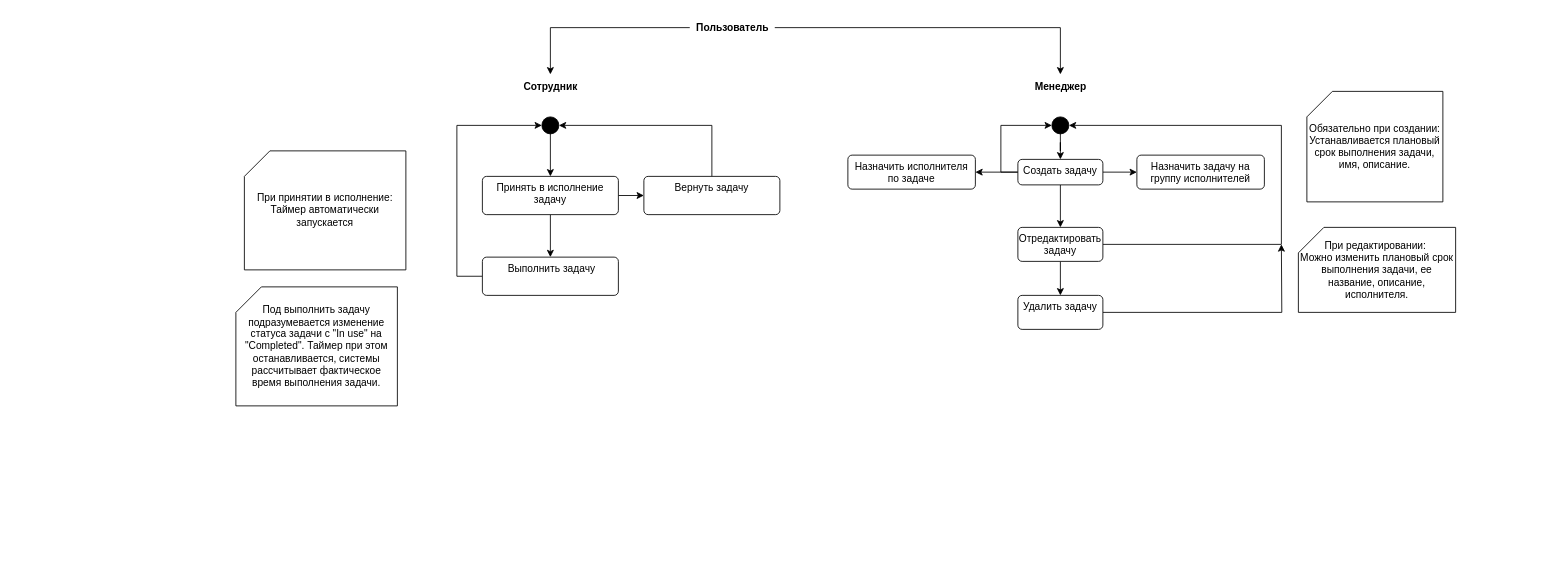
The draw.io diagram StateMachineDia.drawio in hard-gainer/diploma, before the edit. Source tidied: cells renumbered, new cells numbered last; positions are measured from the earlier drawing's top-left corner, leaving out a move shared by most shapes. Both pictures are drawn from the tidied source at 85%, with x=0, y=0 at pixel (235, 14).
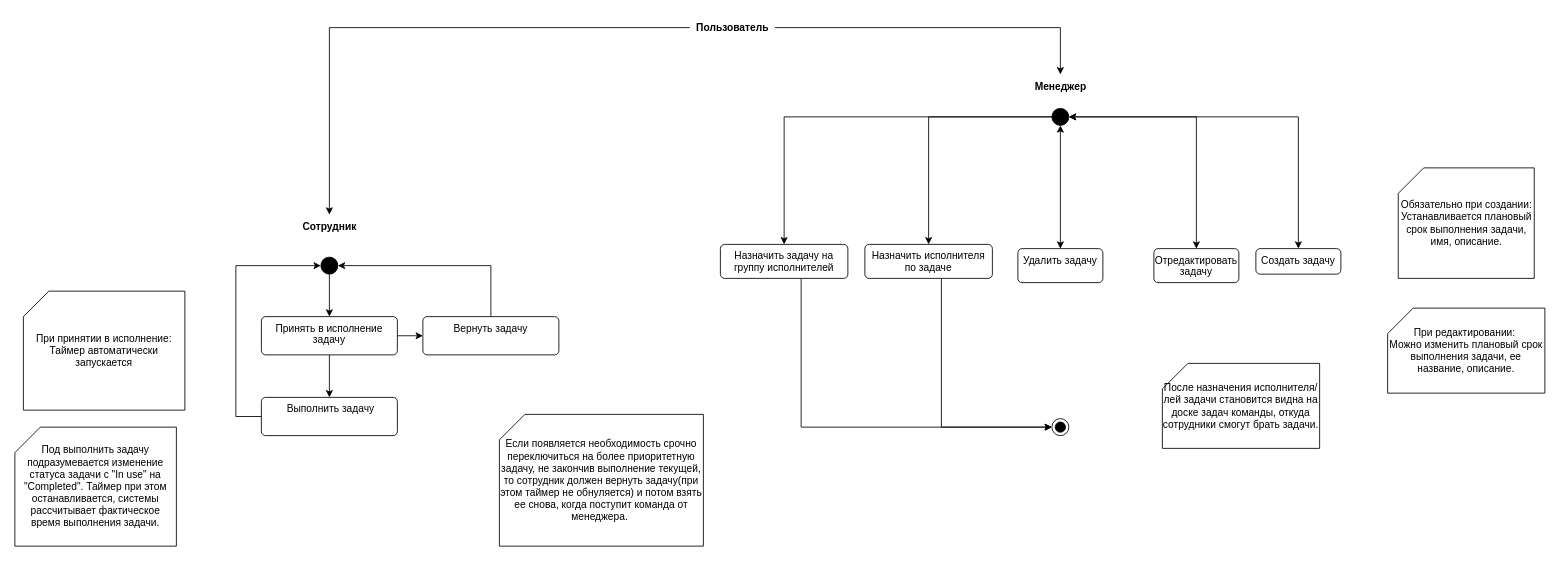
After the change.

Diff of the diagram source:
```diff
@@
     <mxCell id="3" style="ellipse;fillColor=strokeColor;html=1;" parent="1" vertex="1">
-      <mxGeometry x="360" y="120" width="20" height="20" as="geometry" />
+      <mxGeometry x="100" y="285" width="20" height="20" as="geometry" />
     </mxCell>
     <mxCell id="4" value="Сотрудник" style="text;html=1;align=center;verticalAlign=middle;points=[];strokeColor=none;fillColor=none;fontStyle=1;" parent="1" vertex="1">
-      <mxGeometry x="330" y="70" width="80" height="30" as="geometry" />
+      <mxGeometry x="70" y="235" width="80" height="30" as="geometry" />
     </mxCell>
-    <mxCell id="5" style="edgeStyle=orthogonalEdgeStyle;rounded=0;jettySize=auto;html=1;entryX=0.5;entryY=0;entryDx=0;entryDy=0;" parent="1" edge="1" source="6" target="12">
-      <mxGeometry relative="1" as="geometry" />
-    </mxCell>
+    <mxCell id="34" style="edgeStyle=orthogonalEdgeStyle;rounded=0;jettySize=auto;html=1;" parent="1" edge="1" source="6" target="19">
+      <mxGeometry relative="1" as="geometry" />
+    </mxCell>
+    <mxCell id="35" style="edgeStyle=orthogonalEdgeStyle;rounded=0;jettySize=auto;html=1;entryX=0.5;entryY=0;entryDx=0;entryDy=0;" parent="1" edge="1" source="6" target="20">
+      <mxGeometry relative="1" as="geometry" />
+    </mxCell>
     <mxCell id="6" style="ellipse;fillColor=strokeColor;html=1;" parent="1" vertex="1">
-      <mxGeometry x="960" y="120" width="20" height="20" as="geometry" />
+      <mxGeometry x="960" y="110" width="20" height="20" as="geometry" />
     </mxCell>
@@
-    <mxCell id="8" style="edgeStyle=orthogonalEdgeStyle;rounded=0;jettySize=auto;html=1;entryX=0.5;entryY=0;entryDx=0;entryDy=0;" parent="1" edge="1" source="12" target="18">
-      <mxGeometry relative="1" as="geometry" />
-    </mxCell>
-    <mxCell id="9" style="edgeStyle=orthogonalEdgeStyle;rounded=0;jettySize=auto;html=1;entryX=1;entryY=0.5;entryDx=0;entryDy=0;" parent="1" edge="1" source="12" target="19">
-      <mxGeometry relative="1" as="geometry" />
-    </mxCell>
-    <mxCell id="10" style="edgeStyle=orthogonalEdgeStyle;rounded=0;jettySize=auto;html=1;entryX=0;entryY=0.5;entryDx=0;entryDy=0;" parent="1" edge="1" source="12" target="20">
-      <mxGeometry relative="1" as="geometry" />
-    </mxCell>
-    <mxCell id="11" style="edgeStyle=orthogonalEdgeStyle;rounded=0;jettySize=auto;html=1;exitX=0;exitY=0.5;exitDx=0;exitDy=0;entryX=0;entryY=0.5;entryDx=0;entryDy=0;" parent="1" edge="1" source="12" target="6">
-      <mxGeometry relative="1" as="geometry" />
-    </mxCell>
     <mxCell id="12" value="Создать задачу" style="html=1;align=center;verticalAlign=top;rounded=1;absoluteArcSize=1;arcSize=10;dashed=0;whiteSpace=wrap;" parent="1" vertex="1">
-      <mxGeometry x="920" y="170" width="100" height="30" as="geometry" />
+      <mxGeometry x="1200" y="275" width="100" height="30" as="geometry" />
     </mxCell>
@@
-    <mxCell id="16" style="edgeStyle=orthogonalEdgeStyle;rounded=0;jettySize=auto;html=1;entryX=0.5;entryY=0;entryDx=0;entryDy=0;" parent="1" edge="1" source="18" target="31">
-      <mxGeometry relative="1" as="geometry" />
-    </mxCell>
-    <mxCell id="17" style="edgeStyle=orthogonalEdgeStyle;rounded=0;jettySize=auto;html=1;entryX=1;entryY=0.5;entryDx=0;entryDy=0;" parent="1" edge="1" source="18" target="6">
-      <mxGeometry relative="1" as="geometry">
-        <Array as="points">
-          <mxPoint x="1230" y="270" />
-          <mxPoint x="1230" y="130" />
-        </Array>
-      </mxGeometry>
-    </mxCell>
     <mxCell id="18" value="Отредактировать задачу" style="html=1;align=center;verticalAlign=top;rounded=1;absoluteArcSize=1;arcSize=10;dashed=0;whiteSpace=wrap;" parent="1" vertex="1">
-      <mxGeometry x="920" y="250" width="100" height="40" as="geometry" />
+      <mxGeometry x="1080" y="275" width="100" height="40" as="geometry" />
     </mxCell>
+    <mxCell id="36" style="edgeStyle=orthogonalEdgeStyle;rounded=0;jettySize=auto;html=1;" parent="1" edge="1" source="19" target="41">
+      <mxGeometry relative="1" as="geometry">
+        <Array as="points">
+          <mxPoint x="830" y="485" />
+        </Array>
+      </mxGeometry>
+    </mxCell>
     <mxCell id="19" value="Назначить исполнителя по задаче" style="html=1;align=center;verticalAlign=top;rounded=1;absoluteArcSize=1;arcSize=10;dashed=0;whiteSpace=wrap;" parent="1" vertex="1">
-      <mxGeometry x="720" y="165" width="150" height="40" as="geometry" />
+      <mxGeometry x="740" y="270" width="150" height="40" as="geometry" />
     </mxCell>
+    <mxCell id="37" style="edgeStyle=orthogonalEdgeStyle;rounded=0;jettySize=auto;html=1;" parent="1" edge="1" source="20" target="41">
+      <mxGeometry relative="1" as="geometry">
+        <Array as="points">
+          <mxPoint x="665" y="485" />
+        </Array>
+      </mxGeometry>
+    </mxCell>
     <mxCell id="20" value="Назначить задачу на группу исполнителей" style="html=1;align=center;verticalAlign=top;rounded=1;absoluteArcSize=1;arcSize=10;dashed=0;whiteSpace=wrap;" parent="1" vertex="1">
-      <mxGeometry x="1060" y="165" width="150" height="40" as="geometry" />
+      <mxGeometry x="570" y="270" width="150" height="40" as="geometry" />
     </mxCell>
-    <mxCell id="21" value="При редактировании:&amp;nbsp;&lt;div&gt;Можно изменить плановый срок выполнения задачи, ее название, описание, исполнителя.&lt;/div&gt;" style="shape=card;whiteSpace=wrap;html=1;" parent="1" vertex="1">
-      <mxGeometry x="1250" y="250" width="185" height="100" as="geometry" />
+    <mxCell id="21" value="При редактировании:&amp;nbsp;&lt;div&gt;Можно изменить плановый срок выполнения задачи, ее название, описание.&lt;/div&gt;" style="shape=card;whiteSpace=wrap;html=1;" parent="1" vertex="1">
+      <mxGeometry x="1355" y="345" width="185" height="100" as="geometry" />
     </mxCell>
     <mxCell id="22" value="Обязательно при создании: Устанавливается плановый срок выполнения задачи, имя, описание." style="shape=card;whiteSpace=wrap;html=1;" parent="1" vertex="1">
-      <mxGeometry x="1260" y="90" width="160" height="130" as="geometry" />
+      <mxGeometry x="1367.5" y="180" width="160" height="130" as="geometry" />
     </mxCell>
@@
     <mxCell id="25" value="Принять в исполнение задачу" style="html=1;align=center;verticalAlign=top;rounded=1;absoluteArcSize=1;arcSize=10;dashed=0;whiteSpace=wrap;" parent="1" vertex="1">
-      <mxGeometry x="290" y="190" width="160" height="45" as="geometry" />
+      <mxGeometry x="30" y="355" width="160" height="45" as="geometry" />
     </mxCell>
     <mxCell id="26" style="edgeStyle=orthogonalEdgeStyle;rounded=0;jettySize=auto;html=1;entryX=0;entryY=0.5;entryDx=0;entryDy=0;" parent="1" edge="1" source="27" target="3">
       <mxGeometry relative="1" as="geometry">
         <Array as="points">
-          <mxPoint x="260" y="307" />
-          <mxPoint x="260" y="130" />
+          <mxPoint y="472" />
+          <mxPoint y="295" />
         </Array>
       </mxGeometry>
     </mxCell>
     <mxCell id="27" value="&amp;nbsp;Выполнить задачу" style="html=1;align=center;verticalAlign=top;rounded=1;absoluteArcSize=1;arcSize=10;dashed=0;whiteSpace=wrap;" parent="1" vertex="1">
-      <mxGeometry x="290" y="285" width="160" height="45" as="geometry" />
+      <mxGeometry x="30" y="450" width="160" height="45" as="geometry" />
     </mxCell>
     <mxCell id="28" value="При принятии в исполнение:&lt;div&gt;Таймер автоматически запускается&lt;/div&gt;" style="shape=card;whiteSpace=wrap;html=1;" parent="1" vertex="1">
-      <mxGeometry x="10" y="160" width="190" height="140" as="geometry" />
+      <mxGeometry x="-250" y="325" width="190" height="140" as="geometry" />
     </mxCell>
     <mxCell id="29" value="Под выполнить задачу подразумевается изменение статуса задачи с &quot;In use&quot; на &quot;Completed&quot;. Таймер при этом останавливается, системы рассчитывает фактическое время выполнения задачи." style="shape=card;whiteSpace=wrap;html=1;" parent="1" vertex="1">
-      <mxGeometry y="320" width="190" height="140" as="geometry" />
+      <mxGeometry x="-260" y="485" width="190" height="140" as="geometry" />
     </mxCell>
-    <mxCell id="30" style="edgeStyle=orthogonalEdgeStyle;rounded=0;jettySize=auto;html=1;" parent="1" edge="1" source="31">
-      <mxGeometry relative="1" as="geometry">
-        <mxPoint x="1230" y="270" as="targetPoint" />
-      </mxGeometry>
-    </mxCell>
     <mxCell id="31" value="Удалить задачу" style="html=1;align=center;verticalAlign=top;rounded=1;absoluteArcSize=1;arcSize=10;dashed=0;whiteSpace=wrap;" parent="1" vertex="1">
-      <mxGeometry x="920" y="330" width="100" height="40" as="geometry" />
+      <mxGeometry x="920" y="275" width="100" height="40" as="geometry" />
     </mxCell>
     <mxCell id="32" style="edgeStyle=orthogonalEdgeStyle;rounded=0;jettySize=auto;html=1;entryX=1;entryY=0.5;entryDx=0;entryDy=0;" parent="1" edge="1" source="33" target="3">
       <mxGeometry relative="1" as="geometry">
         <Array as="points">
-          <mxPoint x="560" y="130" />
+          <mxPoint x="300" y="295" />
         </Array>
       </mxGeometry>
     </mxCell>
     <mxCell id="33" value="Вернуть задачу" style="html=1;align=center;verticalAlign=top;rounded=1;absoluteArcSize=1;arcSize=10;dashed=0;whiteSpace=wrap;" parent="1" vertex="1">
-      <mxGeometry x="480" y="190" width="160" height="45" as="geometry" />
+      <mxGeometry x="220" y="355" width="160" height="45" as="geometry" />
     </mxCell>
+    <mxCell id="5" style="endArrow=classic;startArrow=classic;html=1;rounded=0;exitX=1;exitY=0.5;exitDx=0;exitDy=0;entryX=0.5;entryY=0;entryDx=0;entryDy=0;" parent="1" edge="1" source="6" target="12">
+      <mxGeometry relative="1" as="geometry">
+        <Array as="points">
+          <mxPoint x="1120" y="120" />
+          <mxPoint x="1250" y="120" />
+        </Array>
+      </mxGeometry>
+    </mxCell>
+    <mxCell id="38" style="endArrow=classic;startArrow=classic;html=1;rounded=0;exitX=1;exitY=0.5;exitDx=0;exitDy=0;entryX=0.5;entryY=0;entryDx=0;entryDy=0;" parent="1" edge="1" source="6" target="18">
+      <mxGeometry relative="1" as="geometry">
+        <Array as="points">
+          <mxPoint x="1130" y="120" />
+          <mxPoint x="1130" y="240" />
+        </Array>
+      </mxGeometry>
+    </mxCell>
+    <mxCell id="39" style="endArrow=classic;startArrow=classic;html=1;rounded=0;entryX=0.5;entryY=1;entryDx=0;entryDy=0;exitX=0.5;exitY=0;exitDx=0;exitDy=0;" parent="1" edge="1" source="31" target="6">
+      <mxGeometry relative="1" as="geometry" />
+    </mxCell>
+    <mxCell id="40" value="Если появляется необходимость срочно переключиться на более приоритетную задачу, не закончив выполнение текущей, то сотрудник должен вернуть задачу(при этом таймер не обнуляется) и потом взять ее снова, когда поступит команда от менеджера.&amp;nbsp;" style="shape=card;whiteSpace=wrap;html=1;" parent="1" vertex="1">
+      <mxGeometry x="310" y="470" width="240" height="155" as="geometry" />
+    </mxCell>
+    <mxCell id="41" style="ellipse;html=1;shape=endState;fillColor=strokeColor;" parent="1" vertex="1">
+      <mxGeometry x="960" y="475" width="20" height="20" as="geometry" />
+    </mxCell>
+    <mxCell id="42" value="После назначения исполнителя/лей задачи становится видна на доске задач команды, откуда сотрудники смогут брать задачи." style="shape=card;whiteSpace=wrap;html=1;" parent="1" vertex="1">
+      <mxGeometry x="1090" y="410" width="185" height="100" as="geometry" />
+    </mxCell>
```
